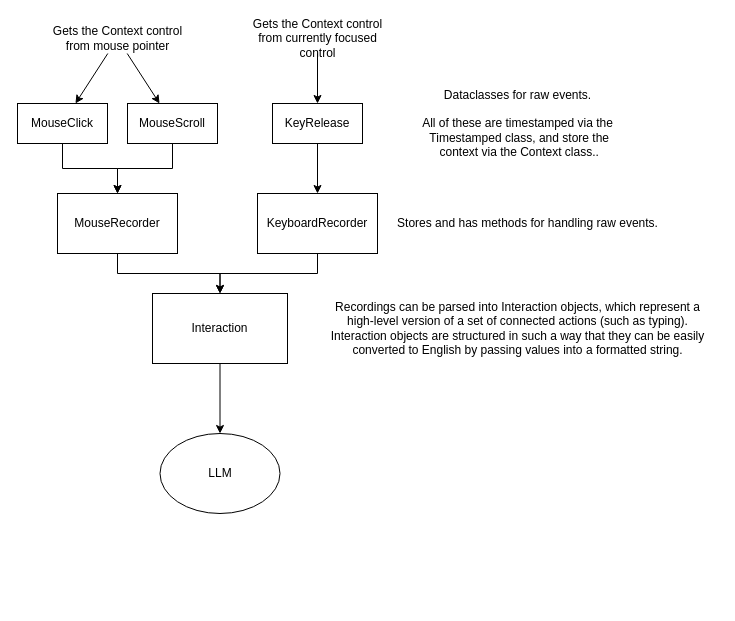
The draw.io diagram Diagram plan.drawio in SimonsBrother/ScreenWisdom, before the edit. Source tidied: cells renumbered, new cells numbered last; positions are measured from the earlier drawing's top-left corner, leaving out a move shared by most shapes. Both pictures are drawn from the tidied source at 100%, with x=0, y=0 at pixel (17, 23).
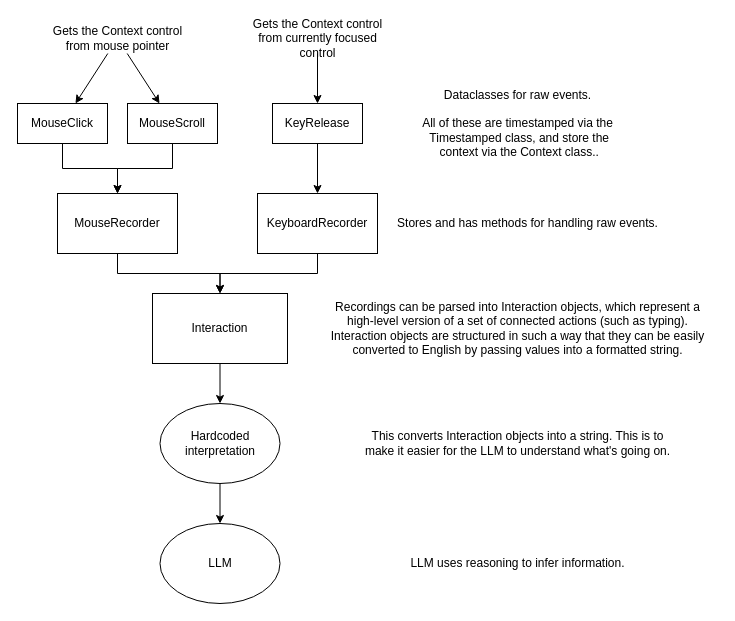
Above is the later version.

Unchanged cells that the change refers to:
```xml
<mxCell id="13" value="Interaction" style="rounded=0;whiteSpace=wrap;html=1;" parent="1" vertex="1">
  <mxGeometry x="135" y="270" width="135" height="70" as="geometry" />
</mxCell>
```

Change to the diagram source:
```diff
@@
-    <mxCell id="12" style="edgeStyle=orthogonalEdgeStyle;rounded=0;jettySize=auto;html=1;" parent="1" edge="1" source="13" target="17">
-      <mxGeometry relative="1" as="geometry" />
-    </mxCell>
+    <mxCell id="23" style="edgeStyle=orthogonalEdgeStyle;rounded=0;jettySize=auto;html=1;" parent="1" edge="1" source="13" target="25">
+      <mxGeometry relative="1" as="geometry" />
+    </mxCell>
@@
     <mxCell id="17" value="LLM" style="ellipse;whiteSpace=wrap;html=1;" parent="1" vertex="1">
-      <mxGeometry x="142.5" y="410" width="120" height="80" as="geometry" />
+      <mxGeometry x="142.5" y="500" width="120" height="80" as="geometry" />
     </mxCell>
@@
+    <mxCell id="24" style="edgeStyle=orthogonalEdgeStyle;rounded=0;jettySize=auto;html=1;" parent="1" edge="1" source="25" target="17">
+      <mxGeometry relative="1" as="geometry" />
+    </mxCell>
+    <mxCell id="25" value="Hardcoded interpretation" style="ellipse;whiteSpace=wrap;html=1;" parent="1" vertex="1">
+      <mxGeometry x="142.5" y="380" width="120" height="80" as="geometry" />
+    </mxCell>
+    <mxCell id="26" value="This converts Interaction objects into a string. This is to &lt;br&gt;make it easier for the LLM to understand what's going on." style="text;html=1;align=center;verticalAlign=middle;strokeColor=none;fillColor=none;" parent="1" vertex="1">
+      <mxGeometry x="335" y="400" width="330" height="40" as="geometry" />
+    </mxCell>
+    <mxCell id="27" value="LLM uses reasoning to infer information." style="text;html=1;align=center;verticalAlign=middle;strokeColor=none;fillColor=none;" parent="1" vertex="1">
+      <mxGeometry x="380" y="525" width="240" height="30" as="geometry" />
+    </mxCell>
```
